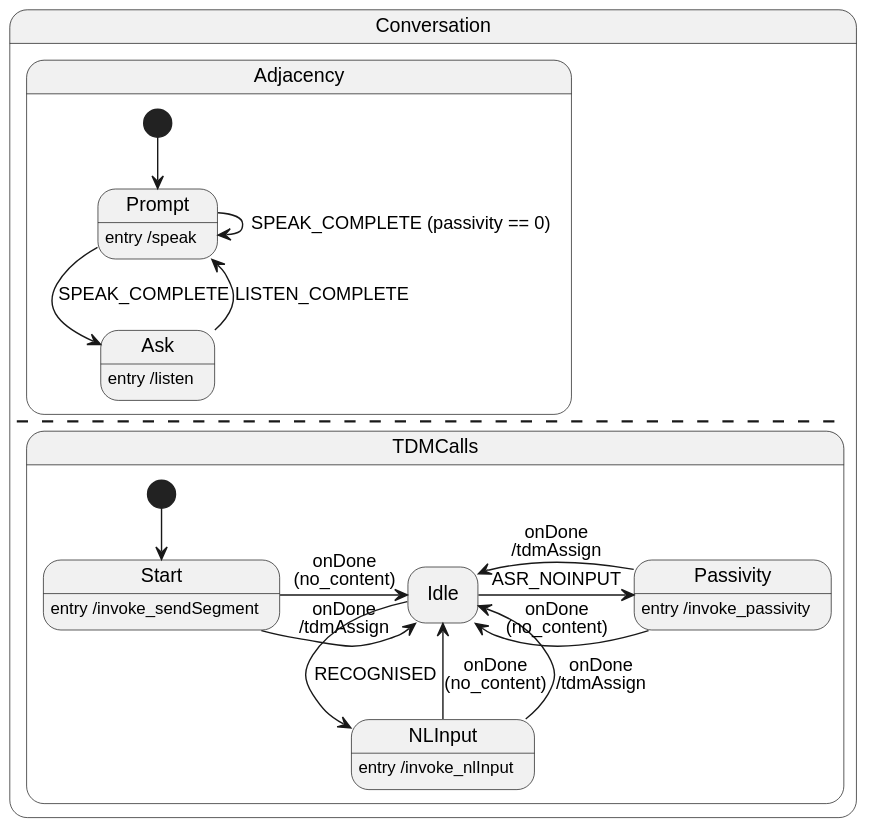
Before: docs/diagrams/conversation.svg, a diagram exported from PlantUML (Talkamatic/tala-speech). Source of this version:
```plantuml
@startuml
hide empty description
skinparam defaultFontName Helvetica
state Conversation {
   state Adjacency {
     [*] --> Prompt
     Prompt: entry /speak
     Ask: entry /listen
     Prompt --> Ask: SPEAK_COMPLETE
     Prompt --> Prompt: SPEAK_COMPLETE (passivity == 0)
     Ask --> Prompt: LISTEN_COMPLETE
   }
   --
   state TDMCalls {
      [*] --> Start
      Start: entry /invoke_sendSegment
      Start -> Idle: onDone\n(no_content)
      Start -> Idle: onDone\n/tdmAssign
      Idle --> NLInput: RECOGNISED
      Idle -> Passivity: ASR_NOINPUT
      NLInput: entry /invoke_nlInput
      NLInput -> Idle: onDone\n(no_content)
      NLInput -> Idle: onDone\n/tdmAssign
      Passivity: entry /invoke_passivity
      Passivity -> Idle: onDone\n(no_content)
      Passivity -> Idle: onDone\n/tdmAssign
   }
}
@enduml
```
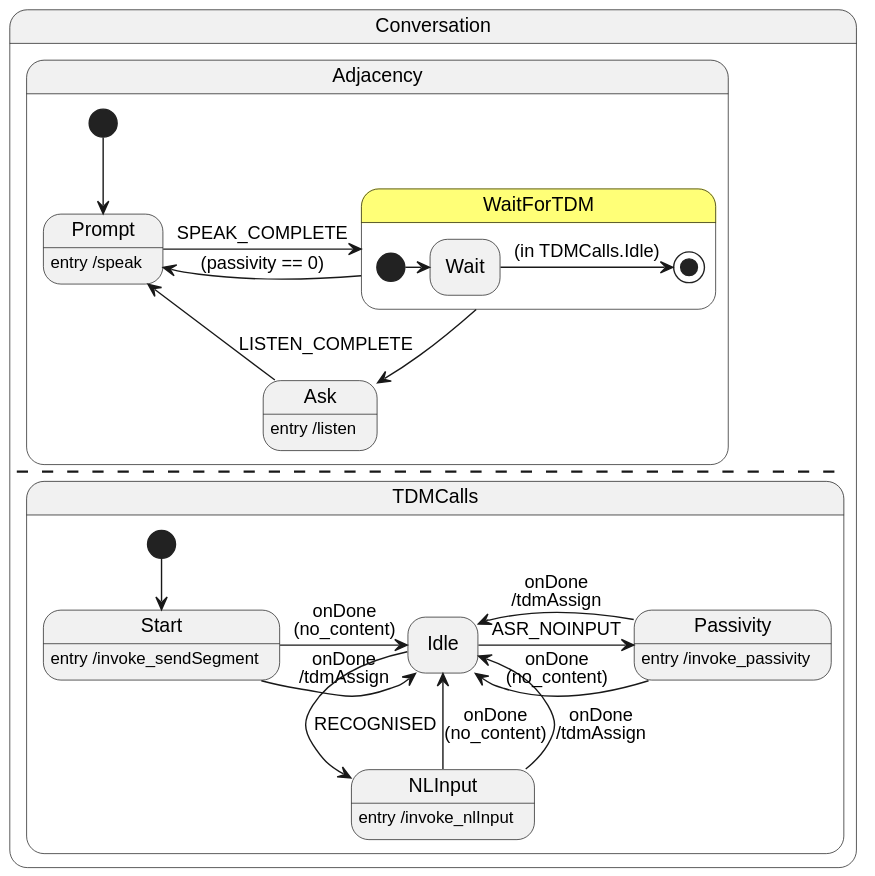
The same diagram one commit later.

Commit message:
Always wait for TDM response after SPEAK_COMPLETE

What changed in the source:
```diff
@@ -6,9 +6,14 @@
      [*] --> Prompt
      Prompt: entry /speak
      Ask: entry /listen
-     Prompt --> Ask: SPEAK_COMPLETE
-     Prompt --> Prompt: SPEAK_COMPLETE (passivity == 0)
      Ask --> Prompt: LISTEN_COMPLETE
+     state WaitForTDM #FFFF77 {
+        [*] -> Wait
+        Wait -> [*]: (in TDMCalls.Idle)
+     }
+     Prompt -r-> WaitForTDM: SPEAK_COMPLETE
+     WaitForTDM -> Ask
+     WaitForTDM -l-> Prompt: (passivity == 0)
    }
    --
    state TDMCalls {
```
